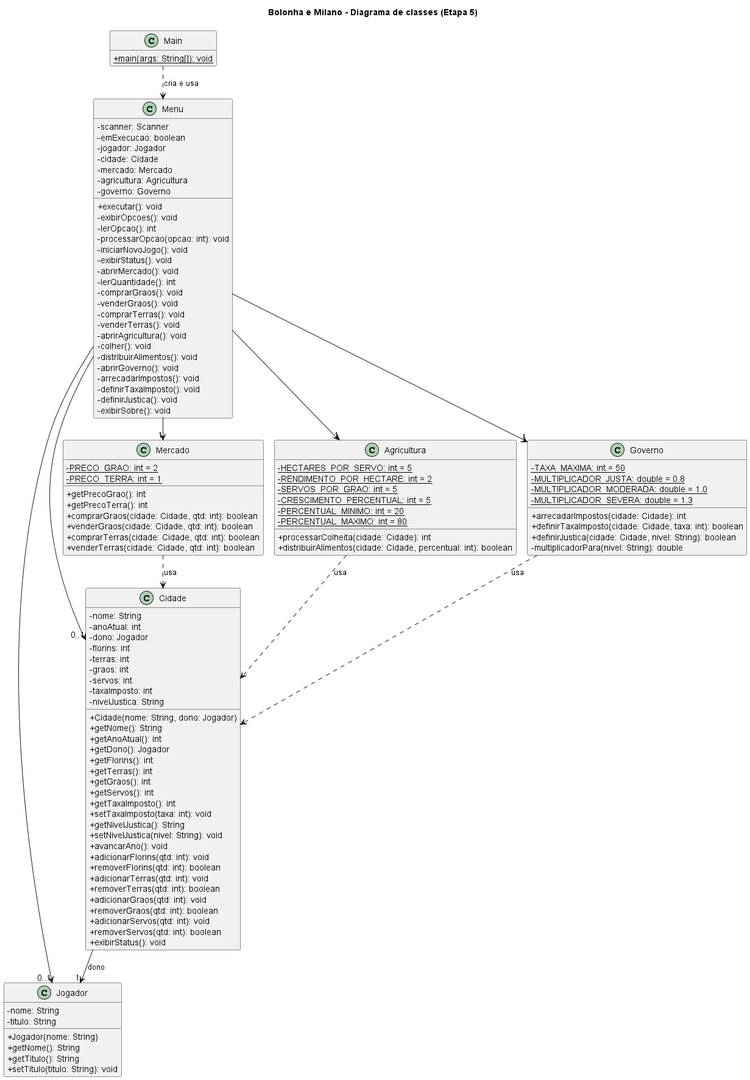
This is uml/diagrama-classes.png from JoaoPauloQC/bolonha-milano, a PlantUML export, as it was before one commit.
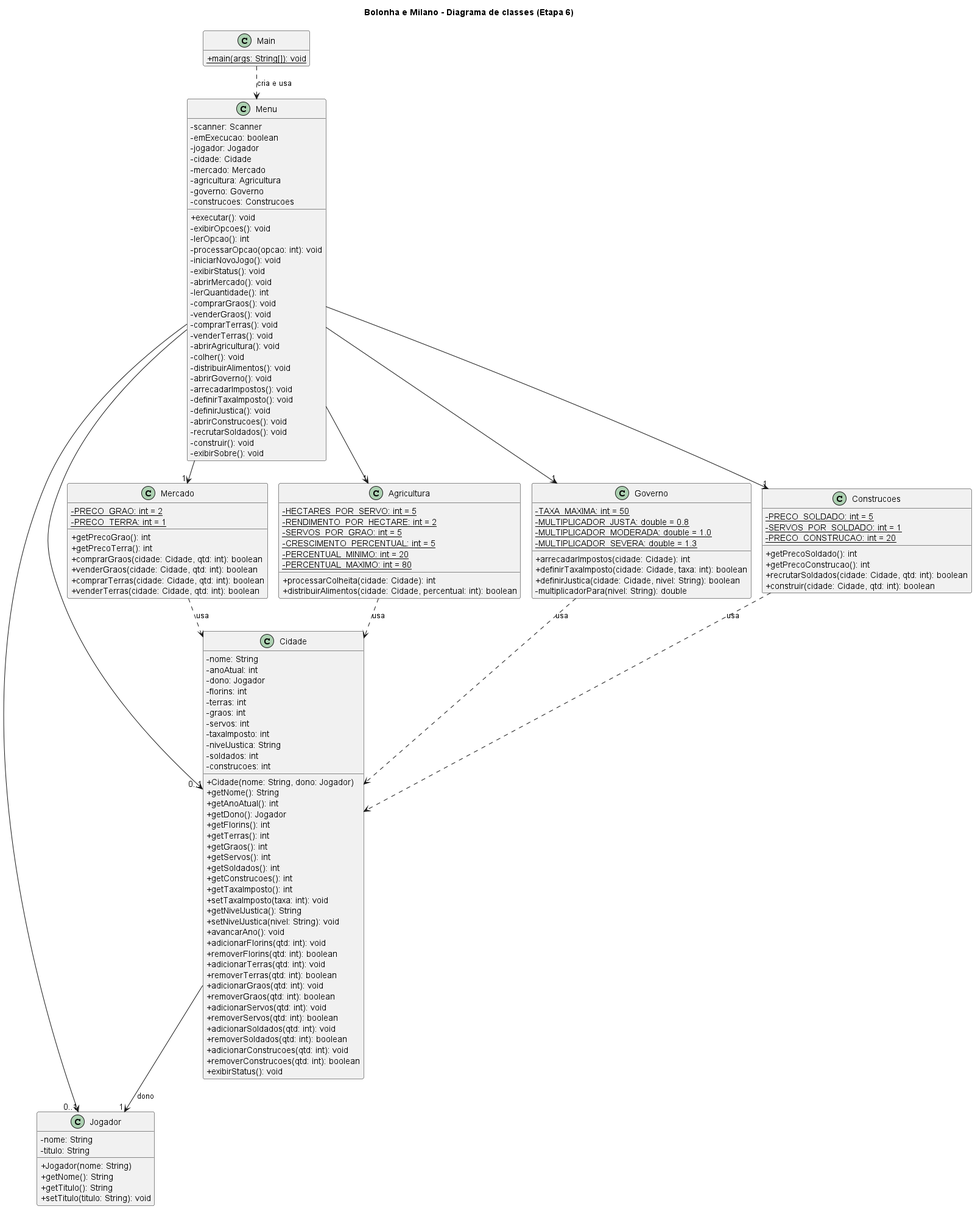
Later version of the same file.

Commit message:
etapa 6: diagramas atualizados

Diff of the diagram source:
```diff
@@ -1,6 +1,6 @@
 @startuml diagrama-classes
 !pragma layout smetana
-title Bolonha e Milano - Diagrama de classes (Etapa 5)
+title Bolonha e Milano - Diagrama de classes (Etapa 6)
 skinparam classAttributeIconSize 0
 hide empty members
 
@@ -16,6 +16,7 @@
   - mercado: Mercado
   - agricultura: Agricultura
   - governo: Governo
+  - construcoes: Construcoes
   + executar(): void
   - exibirOpcoes(): void
   - lerOpcao(): int
@@ -35,6 +36,9 @@
   - arrecadarImpostos(): void
   - definirTaxaImposto(): void
   - definirJustica(): void
+  - abrirConstrucoes(): void
+  - recrutarSoldados(): void
+  - construir(): void
   - exibirSobre(): void
 }
 
@@ -57,6 +61,8 @@
   - servos: int
   - taxaImposto: int
   - nivelJustica: String
+  - soldados: int
+  - construcoes: int
   + Cidade(nome: String, dono: Jogador)
   + getNome(): String
   + getAnoAtual(): int
@@ -65,6 +71,8 @@
   + getTerras(): int
   + getGraos(): int
   + getServos(): int
+  + getSoldados(): int
+  + getConstrucoes(): int
   + getTaxaImposto(): int
   + setTaxaImposto(taxa: int): void
   + getNivelJustica(): String
@@ -78,6 +86,10 @@
   + removerGraos(qtd: int): boolean
   + adicionarServos(qtd: int): void
   + removerServos(qtd: int): boolean
+  + adicionarSoldados(qtd: int): void
+  + removerSoldados(qtd: int): boolean
+  + adicionarConstrucoes(qtd: int): void
+  + removerConstrucoes(qtd: int): boolean
   + exibirStatus(): void
 }
 
@@ -114,14 +126,26 @@
   - multiplicadorPara(nivel: String): double
 }
 
+class Construcoes {
+  - {static} PRECO_SOLDADO: int = 5
+  - {static} SERVOS_POR_SOLDADO: int = 1
+  - {static} PRECO_CONSTRUCAO: int = 20
+  + getPrecoSoldado(): int
+  + getPrecoConstrucao(): int
+  + recrutarSoldados(cidade: Cidade, qtd: int): boolean
+  + construir(cidade: Cidade, qtd: int): boolean
+}
+
 Main ..> Menu : cria e usa
 Menu --> "0..1" Jogador
 Menu --> "0..1" Cidade
 Menu --> "1" Mercado
 Menu --> "1" Agricultura
 Menu --> "1" Governo
+Menu --> "1" Construcoes
 Cidade --> "1" Jogador : dono
 Mercado ..> Cidade : usa
 Agricultura ..> Cidade : usa
 Governo ..> Cidade : usa
+Construcoes ..> Cidade : usa
 @enduml
```
